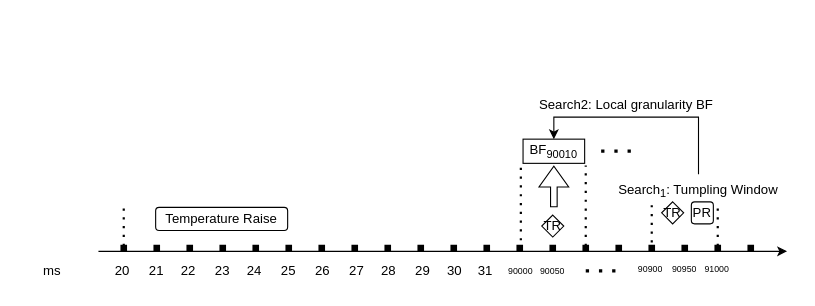
Above: page "第 6 页" (6 of 6) of 多分辨率时间关系复杂事件识别.drawio in LiLiJacky/graphData (draw.io), before the change. Source tidied: cells renumbered, new cells numbered last; positions are measured from the earlier drawing's top-left corner, leaving out a move shared by most shapes. Both pictures are drawn from the tidied source at 110%, with x=0, y=0 at pixel (19, 88).
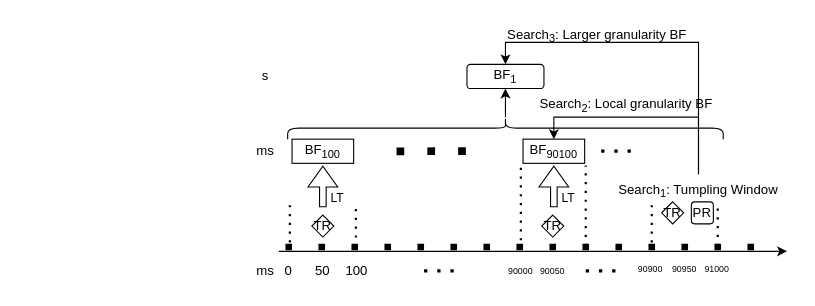
The same diagram, later.

Commit message:
更新多分辨率时间关系复杂事件识别.drawio

Unchanged cells that the change refers to:
```xml
<mxCell id="29" value="Search&lt;sub&gt;1&lt;/sub&gt;: Tumpling Window" style="text;html=1;strokeColor=none;fillColor=none;align=center;verticalAlign=middle;whiteSpace=wrap;rounded=0;" parent="1" vertex="1">
  <mxGeometry x="542" y="78" width="151" height="30" as="geometry" />
</mxCell>
<mxCell id="34" style="shape=flexArrow;endArrow=classic;html=1;rounded=0;width=6;" parent="1" edge="1">
  <mxGeometry relative="1" as="geometry">
    <mxPoint x="486" y="108" as="sourcePoint" />
    <mxPoint x="486" y="70" as="targetPoint" />
  </mxGeometry>
</mxCell>
```

The edit, as a diff of the source:
```diff
@@
     <mxCell id="2" style="endArrow=classic;html=1;rounded=0;" parent="1" edge="1">
       <mxGeometry relative="1" as="geometry">
-        <mxPoint x="72" y="148" as="sourcePoint" />
+        <mxPoint x="236" y="148" as="sourcePoint" />
         <mxPoint x="698" y="148" as="targetPoint" />
       </mxGeometry>
     </mxCell>
     <mxCell id="3" style="endArrow=none;dashed=1;html=1;rounded=0;strokeWidth=6;jumpSize=6;endSize=6;dashPattern=1 4;" parent="1" edge="1">
       <mxGeometry relative="1" as="geometry">
-        <mxPoint x="92" y="145" as="sourcePoint" />
-        <mxPoint x="692" y="145" as="targetPoint" />
+        <mxPoint x="242" y="144" as="sourcePoint" />
+        <mxPoint x="668" y="144" as="targetPoint" />
       </mxGeometry>
     </mxCell>
     <mxCell id="4" value="ms" style="text;html=1;strokeColor=none;fillColor=none;align=center;verticalAlign=middle;whiteSpace=wrap;rounded=0;" parent="1" vertex="1">
-      <mxGeometry y="151" width="60" height="30" as="geometry" />
+      <mxGeometry x="194" y="151" width="60" height="30" as="geometry" />
     </mxCell>
-    <mxCell id="5" value="20" style="text;html=1;strokeColor=none;fillColor=none;align=center;verticalAlign=middle;whiteSpace=wrap;rounded=0;" parent="1" vertex="1">
-      <mxGeometry x="64" y="151" width="60" height="30" as="geometry" />
-    </mxCell>
-    <mxCell id="6" value="21" style="text;html=1;strokeColor=none;fillColor=none;align=center;verticalAlign=middle;whiteSpace=wrap;rounded=0;" parent="1" vertex="1">
-      <mxGeometry x="95" y="151" width="60" height="30" as="geometry" />
-    </mxCell>
-    <mxCell id="7" value="22" style="text;html=1;strokeColor=none;fillColor=none;align=center;verticalAlign=middle;whiteSpace=wrap;rounded=0;" parent="1" vertex="1">
-      <mxGeometry x="124" y="151" width="60" height="30" as="geometry" />
-    </mxCell>
-    <mxCell id="8" value="23" style="text;html=1;strokeColor=none;fillColor=none;align=center;verticalAlign=middle;whiteSpace=wrap;rounded=0;" parent="1" vertex="1">
-      <mxGeometry x="155" y="151" width="60" height="30" as="geometry" />
-    </mxCell>
-    <mxCell id="9" value="24" style="text;html=1;strokeColor=none;fillColor=none;align=center;verticalAlign=middle;whiteSpace=wrap;rounded=0;" parent="1" vertex="1">
-      <mxGeometry x="184" y="151" width="60" height="30" as="geometry" />
-    </mxCell>
-    <mxCell id="10" value="25" style="text;html=1;strokeColor=none;fillColor=none;align=center;verticalAlign=middle;whiteSpace=wrap;rounded=0;" parent="1" vertex="1">
+    <mxCell id="10" value="0" style="text;html=1;strokeColor=none;fillColor=none;align=center;verticalAlign=middle;whiteSpace=wrap;rounded=0;" parent="1" vertex="1">
       <mxGeometry x="215" y="151" width="60" height="30" as="geometry" />
     </mxCell>
-    <mxCell id="11" value="26" style="text;html=1;strokeColor=none;fillColor=none;align=center;verticalAlign=middle;whiteSpace=wrap;rounded=0;" parent="1" vertex="1">
+    <mxCell id="11" value="50" style="text;html=1;strokeColor=none;fillColor=none;align=center;verticalAlign=middle;whiteSpace=wrap;rounded=0;" parent="1" vertex="1">
       <mxGeometry x="246" y="151" width="60" height="30" as="geometry" />
     </mxCell>
-    <mxCell id="12" value="27" style="text;html=1;strokeColor=none;fillColor=none;align=center;verticalAlign=middle;whiteSpace=wrap;rounded=0;" parent="1" vertex="1">
+    <mxCell id="12" value="100" style="text;html=1;strokeColor=none;fillColor=none;align=center;verticalAlign=middle;whiteSpace=wrap;rounded=0;" parent="1" vertex="1">
       <mxGeometry x="277" y="151" width="60" height="30" as="geometry" />
     </mxCell>
-    <mxCell id="13" value="28" style="text;html=1;strokeColor=none;fillColor=none;align=center;verticalAlign=middle;whiteSpace=wrap;rounded=0;" parent="1" vertex="1">
-      <mxGeometry x="306" y="151" width="60" height="30" as="geometry" />
-    </mxCell>
-    <mxCell id="14" value="29" style="text;html=1;strokeColor=none;fillColor=none;align=center;verticalAlign=middle;whiteSpace=wrap;rounded=0;" parent="1" vertex="1">
-      <mxGeometry x="337" y="151" width="60" height="30" as="geometry" />
-    </mxCell>
-    <mxCell id="15" value="30" style="text;html=1;strokeColor=none;fillColor=none;align=center;verticalAlign=middle;whiteSpace=wrap;rounded=0;" parent="1" vertex="1">
-      <mxGeometry x="366" y="151" width="60" height="30" as="geometry" />
-    </mxCell>
@@
-    <mxCell id="18" value="31" style="text;html=1;strokeColor=none;fillColor=none;align=center;verticalAlign=middle;whiteSpace=wrap;rounded=0;" parent="1" vertex="1">
-      <mxGeometry x="394" y="151" width="60" height="30" as="geometry" />
-    </mxCell>
@@
     <mxCell id="22" style="endArrow=none;dashed=1;html=1;dashPattern=1 3;strokeWidth=2;rounded=0;" parent="1" edge="1">
       <mxGeometry relative="1" as="geometry">
-        <mxPoint x="95" y="143" as="sourcePoint" />
-        <mxPoint x="95" y="106" as="targetPoint" />
+        <mxPoint x="246" y="140" as="sourcePoint" />
+        <mxPoint x="246" y="103" as="targetPoint" />
       </mxGeometry>
     </mxCell>
@@
-    <mxCell id="24" value="Temperature Raise" style="rounded=1;whiteSpace=wrap;html=1;" parent="1" vertex="1">
-      <mxGeometry x="124" y="108" width="120" height="21" as="geometry" />
-    </mxCell>
@@
+    <mxCell id="38" style="edgeStyle=orthogonalEdgeStyle;rounded=0;jettySize=auto;html=1;entryX=0.5;entryY=0;entryDx=0;entryDy=0;" parent="1" edge="1" source="29" target="49">
+      <mxGeometry relative="1" as="geometry">
+        <Array as="points">
+          <mxPoint x="618" y="-42" />
+          <mxPoint x="442" y="-42" />
+        </Array>
+      </mxGeometry>
+    </mxCell>
@@
+    <mxCell id="39" value="LT" style="edgeLabel;html=1;align=center;verticalAlign=middle;" parent="34" vertex="1">
+      <mxGeometry x="-0.06" y="-5" relative="1" as="geometry">
+        <mxPoint x="7" y="9" as="offset" />
+      </mxGeometry>
+    </mxCell>
-    <mxCell id="35" value="BF&lt;sub&gt;90010&lt;/sub&gt;" style="rounded=0;whiteSpace=wrap;html=1;" parent="1" vertex="1">
+    <mxCell id="35" value="BF&lt;sub&gt;90100&lt;/sub&gt;" style="rounded=0;whiteSpace=wrap;html=1;" parent="1" vertex="1">
       <mxGeometry x="458" y="46" width="56" height="22" as="geometry" />
     </mxCell>
@@
-    <mxCell id="37" value="Search2: Local granularity BF" style="text;html=1;strokeColor=none;fillColor=none;align=center;verticalAlign=middle;whiteSpace=wrap;rounded=0;" parent="1" vertex="1">
+    <mxCell id="37" value="Search&lt;sub&gt;2&lt;/sub&gt;: Local granularity BF" style="text;html=1;strokeColor=none;fillColor=none;align=center;verticalAlign=middle;whiteSpace=wrap;rounded=0;" parent="1" vertex="1">
       <mxGeometry x="469" width="166" height="30" as="geometry" />
     </mxCell>
+    <mxCell id="40" style="endArrow=none;dashed=1;html=1;dashPattern=1 3;strokeWidth=7;rounded=0;" parent="1" edge="1">
+      <mxGeometry relative="1" as="geometry">
+        <mxPoint x="343" y="57.1" as="sourcePoint" />
+        <mxPoint x="421" y="56.8" as="targetPoint" />
+      </mxGeometry>
+    </mxCell>
+    <mxCell id="41" value="TR" style="rhombus;whiteSpace=wrap;html=1;" parent="1" vertex="1">
+      <mxGeometry x="266" y="115" width="20" height="20" as="geometry" />
+    </mxCell>
+    <mxCell id="42" style="endArrow=none;dashed=1;html=1;dashPattern=1 3;strokeWidth=2;rounded=0;" parent="1" edge="1">
+      <mxGeometry relative="1" as="geometry">
+        <mxPoint x="306" y="143.5" as="sourcePoint" />
+        <mxPoint x="306" y="106.5" as="targetPoint" />
+      </mxGeometry>
+    </mxCell>
+    <mxCell id="43" style="endArrow=none;dashed=1;html=1;dashPattern=1 3;strokeWidth=3;rounded=0;" parent="1" edge="1">
+      <mxGeometry relative="1" as="geometry">
+        <mxPoint x="368" y="165.8" as="sourcePoint" />
+        <mxPoint x="403" y="165.8" as="targetPoint" />
+      </mxGeometry>
+    </mxCell>
+    <mxCell id="44" style="shape=flexArrow;endArrow=classic;html=1;rounded=0;width=6;" parent="1" edge="1">
+      <mxGeometry relative="1" as="geometry">
+        <mxPoint x="276" y="108" as="sourcePoint" />
+        <mxPoint x="276" y="70" as="targetPoint" />
+      </mxGeometry>
+    </mxCell>
+    <mxCell id="45" value="LT" style="edgeLabel;html=1;align=center;verticalAlign=middle;" parent="44" vertex="1">
+      <mxGeometry x="-0.06" y="-5" relative="1" as="geometry">
+        <mxPoint x="7" y="9" as="offset" />
+      </mxGeometry>
+    </mxCell>
+    <mxCell id="46" value="BF&lt;sub&gt;100&lt;/sub&gt;" style="rounded=0;whiteSpace=wrap;html=1;" parent="1" vertex="1">
+      <mxGeometry x="248" y="46" width="56" height="22" as="geometry" />
+    </mxCell>
+    <mxCell id="47" style="edgeStyle=orthogonalEdgeStyle;rounded=0;jettySize=auto;html=1;" parent="1" edge="1" source="48" target="49">
+      <mxGeometry relative="1" as="geometry" />
+    </mxCell>
+    <mxCell id="48" style="shape=curlyBracket;whiteSpace=wrap;html=1;rounded=1;labelPosition=left;verticalLabelPosition=middle;align=right;verticalAlign=middle;rotation=90;" parent="1" vertex="1">
+      <mxGeometry x="432" y="-162" width="20" height="396" as="geometry" />
+    </mxCell>
+    <mxCell id="49" value="BF&lt;sub&gt;1&lt;/sub&gt;" style="whiteSpace=wrap;html=1;align=center;rounded=1;" parent="1" vertex="1">
+      <mxGeometry x="407" y="-22" width="70" height="22" as="geometry" />
+    </mxCell>
+    <mxCell id="50" value="ms" style="text;html=1;strokeColor=none;fillColor=none;align=center;verticalAlign=middle;whiteSpace=wrap;rounded=0;" parent="1" vertex="1">
+      <mxGeometry x="194" y="42" width="60" height="30" as="geometry" />
+    </mxCell>
+    <mxCell id="51" value="s" style="text;html=1;strokeColor=none;fillColor=none;align=center;verticalAlign=middle;whiteSpace=wrap;rounded=0;" parent="1" vertex="1">
+      <mxGeometry x="194" y="-26" width="60" height="30" as="geometry" />
+    </mxCell>
+    <mxCell id="52" value="Search&lt;sub&gt;3&lt;/sub&gt;: Larger granularity BF" style="text;html=1;align=center;verticalAlign=middle;strokeColor=none;fillColor=none;" parent="1" vertex="1">
+      <mxGeometry x="434" y="-63" width="181" height="29" as="geometry" />
+    </mxCell>
```
